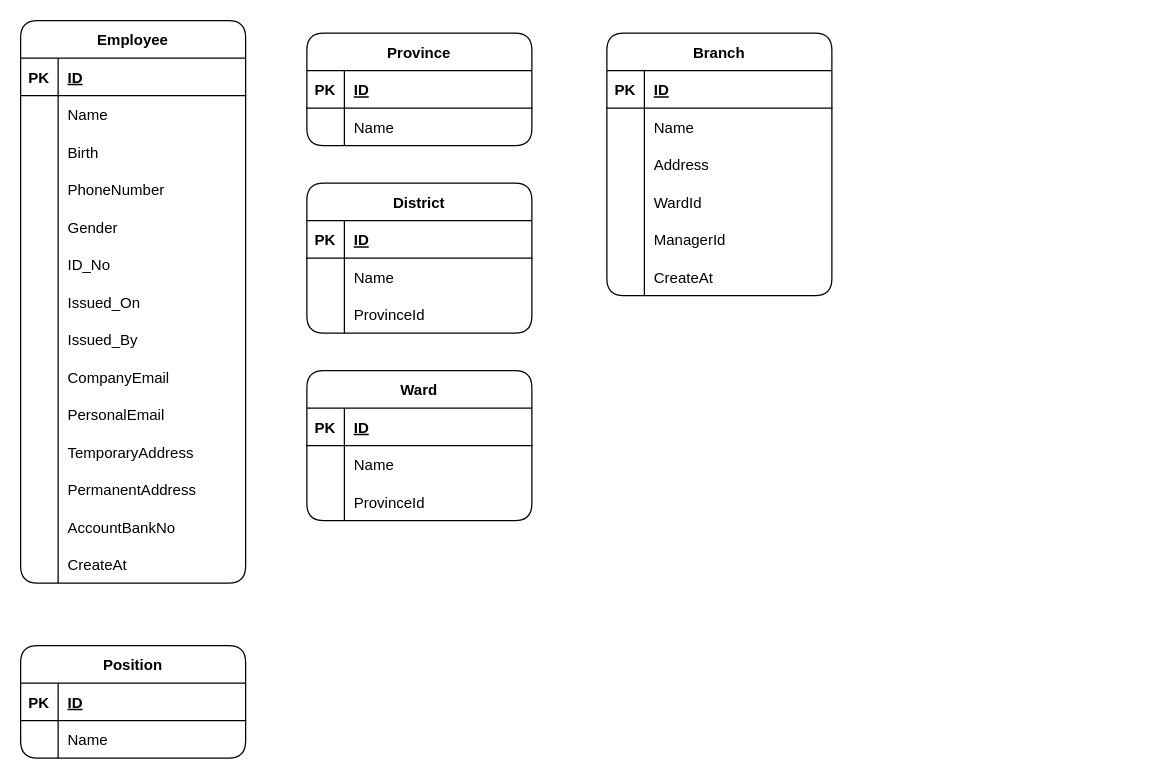
Before: page "Trang-2" (2 of 2) of DbQuanLyNhanSu.drawio in thongnguyen28101994/dbquanlynhansu, a draw.io diagram. Source tidied: cells renumbered, new cells numbered last; positions are measured from the earlier drawing's top-left corner, leaving out a move shared by most shapes. Both pictures are drawn from the tidied source at 125%, with x=0, y=0 at pixel (20, 20).
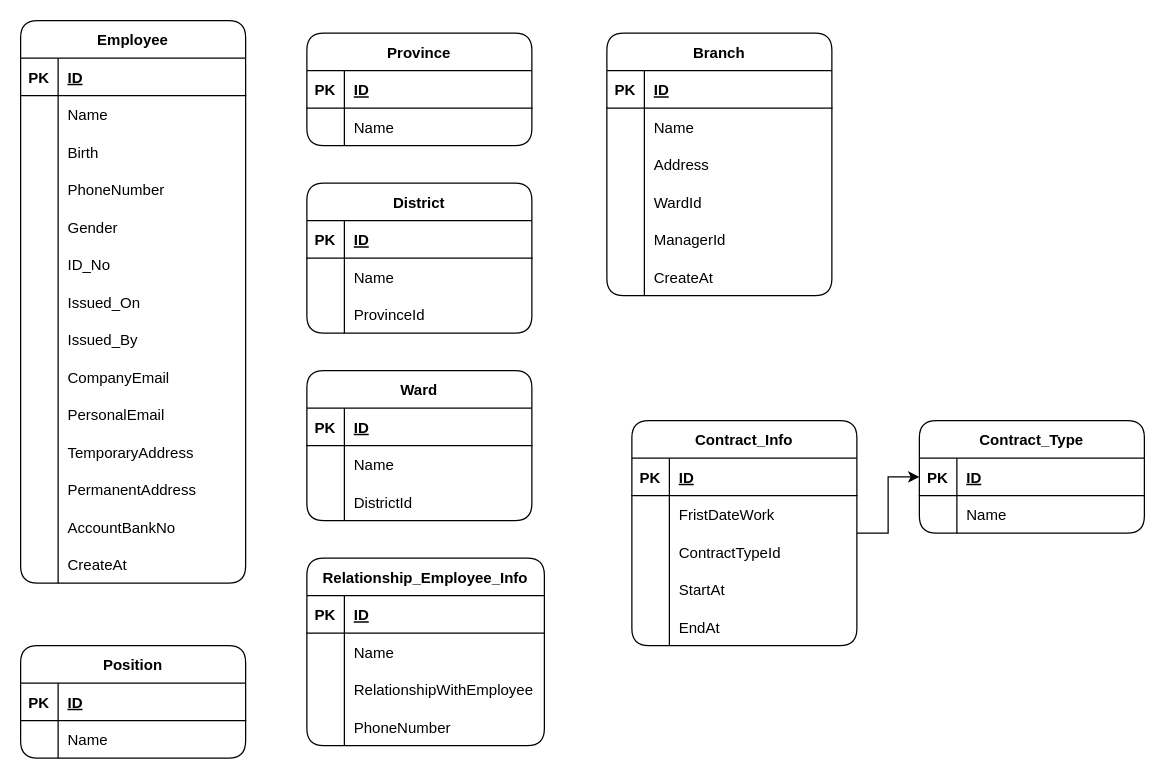
The same diagram, later.

Commit message (it also covers changes not shown here):
Cập nhật DbQuanLyNhanSu.drawio

Unchanged cells that the change refers to:
```xml
<mxCell id="62" style="shape=tableRow;horizontal=0;startSize=0;swimlaneHead=0;swimlaneBody=0;fillColor=none;top=0;left=0;right=0;bottom=0;rounded=1;sketch=0;" parent="55" vertex="1">
  <mxGeometry y="90" width="180" height="30" as="geometry" />
</mxCell>
```

The edit, as a diff of the source:
```diff
@@
-    <mxCell id="64" value="ProvinceId" style="shape=partialRectangle;fillColor=none;top=0;left=0;bottom=0;right=0;align=left;spacingLeft=6;overflow=hidden;rounded=1;sketch=0;" parent="62" vertex="1">
+    <mxCell id="64" value="DistrictId" style="shape=partialRectangle;fillColor=none;top=0;left=0;bottom=0;right=0;align=left;spacingLeft=6;overflow=hidden;rounded=1;sketch=0;" parent="62" vertex="1">
       <mxGeometry x="30" width="150" height="30" as="geometry" />
     </mxCell>
@@
+    <mxCell id="98" value="Relationship_Employee_Info" style="shape=table;startSize=30;childLayout=tableLayout;rowLines=0;fontStyle=1;align=center;rounded=1;sketch=0;" parent="1" vertex="1">
+      <mxGeometry x="229" y="430" width="190" height="150" as="geometry" />
+    </mxCell>
+    <mxCell id="99" style="shape=tableRow;horizontal=0;startSize=0;swimlaneHead=0;swimlaneBody=0;fillColor=none;top=0;left=0;right=0;bottom=1;rounded=1;sketch=0;" parent="98" vertex="1">
+      <mxGeometry y="30" width="190" height="30" as="geometry" />
+    </mxCell>
+    <mxCell id="100" value="PK" style="shape=partialRectangle;fillColor=none;top=0;left=0;bottom=0;right=0;fontStyle=1;overflow=hidden;rounded=1;sketch=0;" parent="99" vertex="1">
+      <mxGeometry width="30" height="30" as="geometry" />
+    </mxCell>
+    <mxCell id="101" value="ID" style="shape=partialRectangle;fillColor=none;top=0;left=0;bottom=0;right=0;align=left;spacingLeft=6;fontStyle=5;overflow=hidden;rounded=1;sketch=0;" parent="99" vertex="1">
+      <mxGeometry x="30" width="160" height="30" as="geometry" />
+    </mxCell>
+    <mxCell id="102" style="shape=tableRow;horizontal=0;startSize=0;swimlaneHead=0;swimlaneBody=0;fillColor=none;top=0;left=0;right=0;bottom=0;rounded=1;sketch=0;" parent="98" vertex="1">
+      <mxGeometry y="60" width="190" height="30" as="geometry" />
+    </mxCell>
+    <mxCell id="103" style="shape=partialRectangle;fillColor=none;top=0;left=0;bottom=0;right=0;overflow=hidden;rounded=1;sketch=0;" parent="102" vertex="1">
+      <mxGeometry width="30" height="30" as="geometry" />
+    </mxCell>
+    <mxCell id="104" value="Name" style="shape=partialRectangle;fillColor=none;top=0;left=0;bottom=0;right=0;align=left;spacingLeft=6;overflow=hidden;rounded=1;sketch=0;" parent="102" vertex="1">
+      <mxGeometry x="30" width="160" height="30" as="geometry" />
+    </mxCell>
+    <mxCell id="105" style="shape=tableRow;horizontal=0;startSize=0;swimlaneHead=0;swimlaneBody=0;fillColor=none;top=0;left=0;right=0;bottom=0;rounded=1;sketch=0;" parent="98" vertex="1">
+      <mxGeometry y="90" width="190" height="30" as="geometry" />
+    </mxCell>
+    <mxCell id="106" style="shape=partialRectangle;fillColor=none;top=0;left=0;bottom=0;right=0;overflow=hidden;rounded=1;sketch=0;" parent="105" vertex="1">
+      <mxGeometry width="30" height="30" as="geometry" />
+    </mxCell>
+    <mxCell id="107" value="RelationshipWithEmployee" style="shape=partialRectangle;fillColor=none;top=0;left=0;bottom=0;right=0;align=left;spacingLeft=6;overflow=hidden;rounded=1;sketch=0;" parent="105" vertex="1">
+      <mxGeometry x="30" width="160" height="30" as="geometry" />
+    </mxCell>
+    <mxCell id="108" style="shape=tableRow;horizontal=0;startSize=0;swimlaneHead=0;swimlaneBody=0;fillColor=none;top=0;left=0;right=0;bottom=0;rounded=1;sketch=0;" parent="98" vertex="1">
+      <mxGeometry y="120" width="190" height="30" as="geometry" />
+    </mxCell>
+    <mxCell id="109" style="shape=partialRectangle;fillColor=none;top=0;left=0;bottom=0;right=0;overflow=hidden;rounded=1;sketch=0;" parent="108" vertex="1">
+      <mxGeometry width="30" height="30" as="geometry" />
+    </mxCell>
+    <mxCell id="110" value="PhoneNumber" style="shape=partialRectangle;fillColor=none;top=0;left=0;bottom=0;right=0;align=left;spacingLeft=6;overflow=hidden;rounded=1;sketch=0;" parent="108" vertex="1">
+      <mxGeometry x="30" width="160" height="30" as="geometry" />
+    </mxCell>
+    <mxCell id="111" style="edgeStyle=orthogonalEdgeStyle;rounded=0;jettySize=auto;html=1;" parent="1" edge="1" source="112" target="128">
+      <mxGeometry relative="1" as="geometry" />
+    </mxCell>
+    <mxCell id="112" value="Contract_Info" style="shape=table;startSize=30;childLayout=tableLayout;rowLines=0;fontStyle=1;align=center;rounded=1;sketch=0;" parent="1" vertex="1">
+      <mxGeometry x="489" y="320" width="180" height="180" as="geometry" />
+    </mxCell>
+    <mxCell id="113" style="shape=tableRow;horizontal=0;startSize=0;swimlaneHead=0;swimlaneBody=0;fillColor=none;top=0;left=0;right=0;bottom=1;rounded=1;sketch=0;" parent="112" vertex="1">
+      <mxGeometry y="30" width="180" height="30" as="geometry" />
+    </mxCell>
+    <mxCell id="114" value="PK" style="shape=partialRectangle;fillColor=none;top=0;left=0;bottom=0;right=0;fontStyle=1;overflow=hidden;rounded=1;sketch=0;" parent="113" vertex="1">
+      <mxGeometry width="30" height="30" as="geometry" />
+    </mxCell>
+    <mxCell id="115" value="ID" style="shape=partialRectangle;fillColor=none;top=0;left=0;bottom=0;right=0;align=left;spacingLeft=6;fontStyle=5;overflow=hidden;rounded=1;sketch=0;" parent="113" vertex="1">
+      <mxGeometry x="30" width="150" height="30" as="geometry" />
+    </mxCell>
+    <mxCell id="116" style="shape=tableRow;horizontal=0;startSize=0;swimlaneHead=0;swimlaneBody=0;fillColor=none;top=0;left=0;right=0;bottom=0;rounded=1;sketch=0;" parent="112" vertex="1">
+      <mxGeometry y="60" width="180" height="30" as="geometry" />
+    </mxCell>
+    <mxCell id="117" style="shape=partialRectangle;fillColor=none;top=0;left=0;bottom=0;right=0;overflow=hidden;rounded=1;sketch=0;" parent="116" vertex="1">
+      <mxGeometry width="30" height="30" as="geometry" />
+    </mxCell>
+    <mxCell id="118" value="FristDateWork" style="shape=partialRectangle;fillColor=none;top=0;left=0;bottom=0;right=0;align=left;spacingLeft=6;overflow=hidden;rounded=1;sketch=0;" parent="116" vertex="1">
+      <mxGeometry x="30" width="150" height="30" as="geometry" />
+    </mxCell>
+    <mxCell id="119" style="shape=tableRow;horizontal=0;startSize=0;swimlaneHead=0;swimlaneBody=0;fillColor=none;top=0;left=0;right=0;bottom=0;rounded=1;sketch=0;" parent="112" vertex="1">
+      <mxGeometry y="90" width="180" height="30" as="geometry" />
+    </mxCell>
+    <mxCell id="120" style="shape=partialRectangle;fillColor=none;top=0;left=0;bottom=0;right=0;overflow=hidden;rounded=1;sketch=0;" parent="119" vertex="1">
+      <mxGeometry width="30" height="30" as="geometry" />
+    </mxCell>
+    <mxCell id="121" value="ContractTypeId" style="shape=partialRectangle;fillColor=none;top=0;left=0;bottom=0;right=0;align=left;spacingLeft=6;overflow=hidden;rounded=1;sketch=0;" parent="119" vertex="1">
+      <mxGeometry x="30" width="150" height="30" as="geometry" />
+    </mxCell>
+    <mxCell id="122" style="shape=tableRow;horizontal=0;startSize=0;swimlaneHead=0;swimlaneBody=0;fillColor=none;top=0;left=0;right=0;bottom=0;rounded=1;sketch=0;" parent="112" vertex="1">
+      <mxGeometry y="120" width="180" height="30" as="geometry" />
+    </mxCell>
+    <mxCell id="123" style="shape=partialRectangle;fillColor=none;top=0;left=0;bottom=0;right=0;overflow=hidden;rounded=1;sketch=0;" parent="122" vertex="1">
+      <mxGeometry width="30" height="30" as="geometry" />
+    </mxCell>
+    <mxCell id="124" value="StartAt" style="shape=partialRectangle;fillColor=none;top=0;left=0;bottom=0;right=0;align=left;spacingLeft=6;overflow=hidden;rounded=1;sketch=0;" parent="122" vertex="1">
+      <mxGeometry x="30" width="150" height="30" as="geometry" />
+    </mxCell>
+    <mxCell id="125" style="shape=tableRow;horizontal=0;startSize=0;swimlaneHead=0;swimlaneBody=0;fillColor=none;top=0;left=0;right=0;bottom=0;rounded=1;sketch=0;" parent="112" vertex="1">
+      <mxGeometry y="150" width="180" height="30" as="geometry" />
+    </mxCell>
+    <mxCell id="126" style="shape=partialRectangle;fillColor=none;top=0;left=0;bottom=0;right=0;overflow=hidden;rounded=1;sketch=0;" parent="125" vertex="1">
+      <mxGeometry width="30" height="30" as="geometry" />
+    </mxCell>
+    <mxCell id="127" value="EndAt" style="shape=partialRectangle;fillColor=none;top=0;left=0;bottom=0;right=0;align=left;spacingLeft=6;overflow=hidden;rounded=1;sketch=0;" parent="125" vertex="1">
+      <mxGeometry x="30" width="150" height="30" as="geometry" />
+    </mxCell>
+    <mxCell id="128" value="Contract_Type" style="shape=table;startSize=30;childLayout=tableLayout;rowLines=0;fontStyle=1;align=center;rounded=1;sketch=0;" parent="1" vertex="1">
+      <mxGeometry x="719" y="320" width="180" height="90" as="geometry" />
+    </mxCell>
+    <mxCell id="129" style="shape=tableRow;horizontal=0;startSize=0;swimlaneHead=0;swimlaneBody=0;fillColor=none;top=0;left=0;right=0;bottom=1;rounded=1;sketch=0;" parent="128" vertex="1">
+      <mxGeometry y="30" width="180" height="30" as="geometry" />
+    </mxCell>
+    <mxCell id="130" value="PK" style="shape=partialRectangle;fillColor=none;top=0;left=0;bottom=0;right=0;fontStyle=1;overflow=hidden;rounded=1;sketch=0;" parent="129" vertex="1">
+      <mxGeometry width="30" height="30" as="geometry" />
+    </mxCell>
+    <mxCell id="131" value="ID" style="shape=partialRectangle;fillColor=none;top=0;left=0;bottom=0;right=0;align=left;spacingLeft=6;fontStyle=5;overflow=hidden;rounded=1;sketch=0;" parent="129" vertex="1">
+      <mxGeometry x="30" width="150" height="30" as="geometry" />
+    </mxCell>
+    <mxCell id="132" style="shape=tableRow;horizontal=0;startSize=0;swimlaneHead=0;swimlaneBody=0;fillColor=none;top=0;left=0;right=0;bottom=0;rounded=1;sketch=0;" parent="128" vertex="1">
+      <mxGeometry y="60" width="180" height="30" as="geometry" />
+    </mxCell>
+    <mxCell id="133" style="shape=partialRectangle;fillColor=none;top=0;left=0;bottom=0;right=0;overflow=hidden;rounded=1;sketch=0;" parent="132" vertex="1">
+      <mxGeometry width="30" height="30" as="geometry" />
+    </mxCell>
+    <mxCell id="134" value="Name" style="shape=partialRectangle;fillColor=none;top=0;left=0;bottom=0;right=0;align=left;spacingLeft=6;overflow=hidden;rounded=1;sketch=0;" parent="132" vertex="1">
+      <mxGeometry x="30" width="150" height="30" as="geometry" />
+    </mxCell>
```
